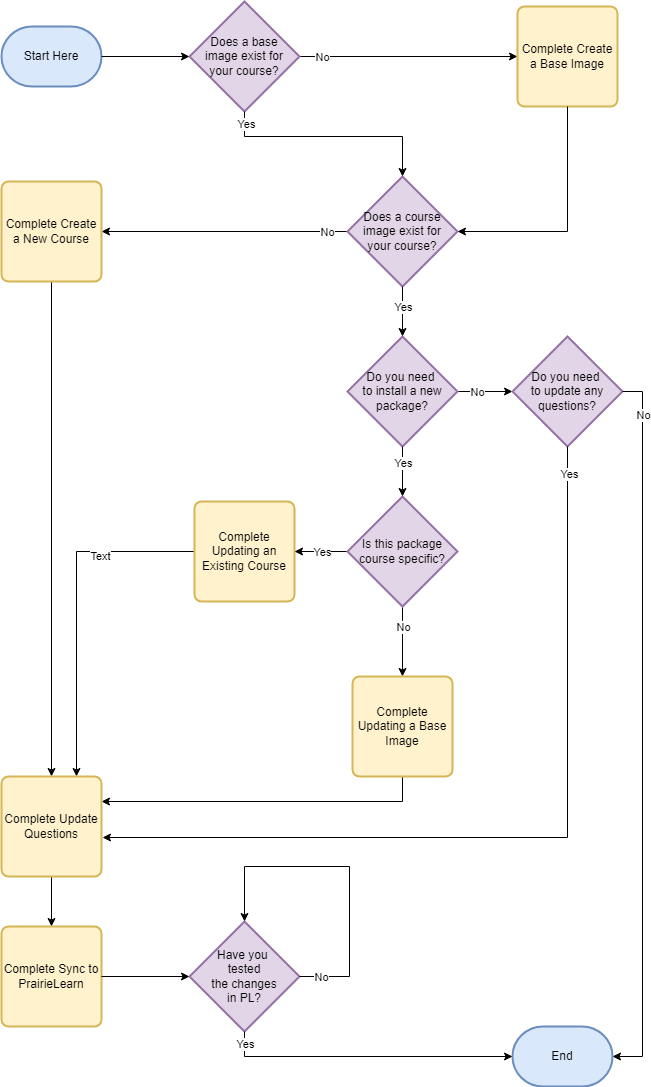
The draw.io diagram utilities/flowchart.png in joelostblom/prairielearn-dockers, before a commit. Source tidied: cells renumbered, new cells last; positions are measured from the earlier drawing's top-left corner, leaving out a move shared by most shapes. Source of this version:
```xml
<mxGraphModel>
  <root>
    <mxCell id="0" />
    <mxCell id="1" parent="0" />
    <mxCell id="2" value="Start Here" style="strokeWidth=2;html=1;shape=mxgraph.flowchart.terminator;whiteSpace=wrap;fillColor=#dae8fc;strokeColor=#6c8ebf;" parent="1" vertex="1">
      <mxGeometry y="25" width="100" height="60" as="geometry" />
    </mxCell>
    <mxCell id="3" style="edgeStyle=orthogonalEdgeStyle;rounded=0;jettySize=auto;html=1;exitX=1;exitY=0.5;exitDx=0;exitDy=0;exitPerimeter=0;entryX=0;entryY=0.5;entryDx=0;entryDy=0;" parent="1" edge="1" source="5" target="13">
      <mxGeometry relative="1" as="geometry" />
    </mxCell>
    <mxCell id="4" value="No" style="edgeLabel;html=1;align=center;verticalAlign=middle;" parent="3" vertex="1">
      <mxGeometry x="-0.8" relative="1" as="geometry" />
    </mxCell>
    <mxCell id="5" value="Does a base &lt;br&gt;image exist for &lt;br&gt;your course?" style="strokeWidth=2;html=1;shape=mxgraph.flowchart.decision;whiteSpace=wrap;fillColor=#e1d5e7;strokeColor=#9673a6;" parent="1" vertex="1">
      <mxGeometry x="188" width="110" height="110" as="geometry" />
    </mxCell>
    <mxCell id="6" style="edgeStyle=orthogonalEdgeStyle;rounded=0;jettySize=auto;html=1;exitX=1;exitY=0.5;exitDx=0;exitDy=0;exitPerimeter=0;entryX=0;entryY=0.5;entryDx=0;entryDy=0;entryPerimeter=0;" parent="1" edge="1" source="2" target="5">
      <mxGeometry relative="1" as="geometry" />
    </mxCell>
    <mxCell id="7" style="edgeStyle=orthogonalEdgeStyle;rounded=0;jettySize=auto;html=1;exitX=0;exitY=0.5;exitDx=0;exitDy=0;exitPerimeter=0;entryX=1;entryY=0.5;entryDx=0;entryDy=0;" parent="1" edge="1" source="9" target="17">
      <mxGeometry relative="1" as="geometry" />
    </mxCell>
    <mxCell id="8" value="No" style="edgeLabel;html=1;align=center;verticalAlign=middle;" parent="7" vertex="1">
      <mxGeometry x="-0.83" relative="1" as="geometry" />
    </mxCell>
    <mxCell id="9" value="Does a course&lt;br&gt;image exist for&lt;div&gt;your course?&lt;/div&gt;" style="strokeWidth=2;html=1;shape=mxgraph.flowchart.decision;whiteSpace=wrap;fillColor=#e1d5e7;strokeColor=#9673a6;" parent="1" vertex="1">
      <mxGeometry x="346" y="175" width="110" height="110" as="geometry" />
    </mxCell>
    <mxCell id="10" style="edgeStyle=orthogonalEdgeStyle;rounded=0;jettySize=auto;html=1;exitX=1;exitY=0.5;exitDx=0;exitDy=0;exitPerimeter=0;entryX=0;entryY=0.5;entryDx=0;entryDy=0;entryPerimeter=0;" parent="1" edge="1" source="12" target="18">
      <mxGeometry relative="1" as="geometry" />
    </mxCell>
    <mxCell id="11" value="No" style="edgeLabel;html=1;align=center;verticalAlign=middle;" parent="10" vertex="1">
      <mxGeometry x="-0.31" relative="1" as="geometry" />
    </mxCell>
    <mxCell id="12" value="Do you need&amp;nbsp;&lt;div&gt;to install a new&lt;br&gt;package?&lt;/div&gt;" style="strokeWidth=2;html=1;shape=mxgraph.flowchart.decision;whiteSpace=wrap;fillColor=#e1d5e7;strokeColor=#9673a6;" parent="1" vertex="1">
      <mxGeometry x="346" y="335" width="110" height="110" as="geometry" />
    </mxCell>
    <mxCell id="13" value="Complete Create a Base Image" style="rounded=1;whiteSpace=wrap;html=1;absoluteArcSize=1;arcSize=14;strokeWidth=2;fillColor=#fff2cc;strokeColor=#d6b656;" parent="1" vertex="1">
      <mxGeometry x="516" y="5" width="100" height="100" as="geometry" />
    </mxCell>
    <mxCell id="14" style="edgeStyle=orthogonalEdgeStyle;rounded=0;jettySize=auto;html=1;exitX=0.5;exitY=1;exitDx=0;exitDy=0;exitPerimeter=0;entryX=0.5;entryY=0;entryDx=0;entryDy=0;entryPerimeter=0;" parent="1" edge="1" source="9" target="12">
      <mxGeometry relative="1" as="geometry" />
    </mxCell>
    <mxCell id="15" value="Yes" style="edgeLabel;html=1;align=center;verticalAlign=middle;" parent="14" vertex="1">
      <mxGeometry x="-0.2" relative="1" as="geometry" />
    </mxCell>
    <mxCell id="16" style="edgeStyle=orthogonalEdgeStyle;rounded=0;jettySize=auto;html=1;entryX=0.5;entryY=0;entryDx=0;entryDy=0;exitX=0.5;exitY=1;exitDx=0;exitDy=0;" parent="1" edge="1" source="17" target="32">
      <mxGeometry relative="1" as="geometry" />
    </mxCell>
    <mxCell id="17" value="Complete Create a New Course" style="rounded=1;whiteSpace=wrap;html=1;absoluteArcSize=1;arcSize=14;strokeWidth=2;fillColor=#fff2cc;strokeColor=#d6b656;" parent="1" vertex="1">
      <mxGeometry y="180" width="100" height="100" as="geometry" />
    </mxCell>
    <mxCell id="18" value="Do you need&amp;nbsp;&lt;div&gt;to update any questions?&lt;/div&gt;" style="strokeWidth=2;html=1;shape=mxgraph.flowchart.decision;whiteSpace=wrap;fillColor=#e1d5e7;strokeColor=#9673a6;" parent="1" vertex="1">
      <mxGeometry x="511" y="335" width="110" height="110" as="geometry" />
    </mxCell>
    <mxCell id="19" style="edgeStyle=orthogonalEdgeStyle;rounded=0;jettySize=auto;html=1;entryX=0.75;entryY=0;entryDx=0;entryDy=0;exitX=0;exitY=0.5;exitDx=0;exitDy=0;" parent="1" edge="1" source="21" target="32">
      <mxGeometry relative="1" as="geometry" />
    </mxCell>
    <mxCell id="20" value="Text" style="edgeLabel;html=1;align=center;verticalAlign=middle;" parent="19" vertex="1">
      <mxGeometry x="-0.45" y="4" relative="1" as="geometry" />
    </mxCell>
    <mxCell id="21" value="Complete Updating an Existing Course" style="rounded=1;whiteSpace=wrap;html=1;absoluteArcSize=1;arcSize=14;strokeWidth=2;fillColor=#fff2cc;strokeColor=#d6b656;" parent="1" vertex="1">
      <mxGeometry x="193" y="500" width="100" height="100" as="geometry" />
    </mxCell>
    <mxCell id="22" style="edgeStyle=orthogonalEdgeStyle;rounded=0;jettySize=auto;html=1;exitX=0;exitY=0.5;exitDx=0;exitDy=0;exitPerimeter=0;" parent="1" edge="1" source="26" target="21">
      <mxGeometry relative="1" as="geometry" />
    </mxCell>
    <mxCell id="23" value="Yes" style="edgeLabel;html=1;align=center;verticalAlign=middle;" parent="22" vertex="1">
      <mxGeometry x="-0.18" y="1" relative="1" as="geometry">
        <mxPoint x="-4" y="-1" as="offset" />
      </mxGeometry>
    </mxCell>
    <mxCell id="24" style="edgeStyle=orthogonalEdgeStyle;rounded=0;jettySize=auto;html=1;exitX=0.5;exitY=1;exitDx=0;exitDy=0;exitPerimeter=0;" parent="1" edge="1" source="26" target="28">
      <mxGeometry relative="1" as="geometry" />
    </mxCell>
    <mxCell id="25" value="No" style="edgeLabel;html=1;align=center;verticalAlign=middle;" parent="24" vertex="1">
      <mxGeometry x="-0.43" relative="1" as="geometry" />
    </mxCell>
    <mxCell id="26" value="Is this package&lt;div&gt;course specific?&lt;/div&gt;" style="strokeWidth=2;html=1;shape=mxgraph.flowchart.decision;whiteSpace=wrap;fillColor=#e1d5e7;strokeColor=#9673a6;" parent="1" vertex="1">
      <mxGeometry x="346" y="495" width="110" height="110" as="geometry" />
    </mxCell>
    <mxCell id="27" style="edgeStyle=orthogonalEdgeStyle;rounded=0;jettySize=auto;html=1;exitX=0.5;exitY=1;exitDx=0;exitDy=0;entryX=1;entryY=0.25;entryDx=0;entryDy=0;" parent="1" edge="1" source="28" target="32">
      <mxGeometry relative="1" as="geometry" />
    </mxCell>
    <mxCell id="28" value="Complete Updating a Base Image" style="rounded=1;whiteSpace=wrap;html=1;absoluteArcSize=1;arcSize=14;strokeWidth=2;fillColor=#fff2cc;strokeColor=#d6b656;" parent="1" vertex="1">
      <mxGeometry x="351" y="675" width="100" height="100" as="geometry" />
    </mxCell>
    <mxCell id="29" style="edgeStyle=orthogonalEdgeStyle;rounded=0;jettySize=auto;html=1;exitX=0.5;exitY=1;exitDx=0;exitDy=0;exitPerimeter=0;entryX=0.5;entryY=0;entryDx=0;entryDy=0;entryPerimeter=0;" parent="1" edge="1" source="12" target="26">
      <mxGeometry relative="1" as="geometry" />
    </mxCell>
    <mxCell id="30" value="Yes" style="edgeLabel;html=1;align=center;verticalAlign=middle;" parent="29" vertex="1">
      <mxGeometry x="-0.36" relative="1" as="geometry" />
    </mxCell>
    <mxCell id="31" style="edgeStyle=orthogonalEdgeStyle;rounded=0;jettySize=auto;html=1;exitX=0.5;exitY=1;exitDx=0;exitDy=0;entryX=0.5;entryY=0;entryDx=0;entryDy=0;" parent="1" edge="1" source="32" target="33">
      <mxGeometry relative="1" as="geometry" />
    </mxCell>
    <mxCell id="32" value="Complete Update&lt;br&gt;Questions" style="rounded=1;whiteSpace=wrap;html=1;absoluteArcSize=1;arcSize=14;strokeWidth=2;fillColor=#fff2cc;strokeColor=#d6b656;" parent="1" vertex="1">
      <mxGeometry y="775" width="100" height="100" as="geometry" />
    </mxCell>
    <mxCell id="33" value="Complete Sync to PrairieLearn" style="rounded=1;whiteSpace=wrap;html=1;absoluteArcSize=1;arcSize=14;strokeWidth=2;fillColor=#fff2cc;strokeColor=#d6b656;" parent="1" vertex="1">
      <mxGeometry y="925" width="100" height="100" as="geometry" />
    </mxCell>
    <mxCell id="34" value="End" style="strokeWidth=2;html=1;shape=mxgraph.flowchart.terminator;whiteSpace=wrap;fillColor=#dae8fc;strokeColor=#6c8ebf;" parent="1" vertex="1">
      <mxGeometry x="511" y="1025" width="100" height="60" as="geometry" />
    </mxCell>
    <mxCell id="35" value="Have you&amp;nbsp;&lt;div&gt;tested&lt;br&gt;the changes&lt;br&gt;in PL?&lt;/div&gt;" style="strokeWidth=2;html=1;shape=mxgraph.flowchart.decision;whiteSpace=wrap;fillColor=#e1d5e7;strokeColor=#9673a6;" parent="1" vertex="1">
      <mxGeometry x="188" y="920" width="110" height="110" as="geometry" />
    </mxCell>
    <mxCell id="36" style="edgeStyle=orthogonalEdgeStyle;rounded=0;jettySize=auto;html=1;exitX=0.5;exitY=1;exitDx=0;exitDy=0;exitPerimeter=0;entryX=0.5;entryY=0;entryDx=0;entryDy=0;entryPerimeter=0;" parent="1" edge="1" source="5" target="9">
      <mxGeometry relative="1" as="geometry">
        <Array as="points">
          <mxPoint x="243" y="135" />
          <mxPoint x="401" y="135" />
        </Array>
      </mxGeometry>
    </mxCell>
    <mxCell id="37" value="Yes" style="edgeLabel;html=1;align=center;verticalAlign=middle;" parent="36" vertex="1">
      <mxGeometry x="-0.89" y="1" relative="1" as="geometry" />
    </mxCell>
    <mxCell id="38" style="edgeStyle=orthogonalEdgeStyle;rounded=0;jettySize=auto;html=1;exitX=0.5;exitY=1;exitDx=0;exitDy=0;entryX=1;entryY=0.5;entryDx=0;entryDy=0;entryPerimeter=0;" parent="1" edge="1" source="13" target="9">
      <mxGeometry relative="1" as="geometry">
        <Array as="points">
          <mxPoint x="566" y="230" />
        </Array>
      </mxGeometry>
    </mxCell>
    <mxCell id="39" style="edgeStyle=orthogonalEdgeStyle;rounded=0;jettySize=auto;html=1;exitX=1;exitY=0.5;exitDx=0;exitDy=0;exitPerimeter=0;entryX=1;entryY=0.5;entryDx=0;entryDy=0;entryPerimeter=0;" parent="1" edge="1" source="18" target="34">
      <mxGeometry relative="1" as="geometry" />
    </mxCell>
    <mxCell id="40" value="No" style="edgeLabel;html=1;align=center;verticalAlign=middle;" parent="39" vertex="1">
      <mxGeometry x="-0.88" relative="1" as="geometry" />
    </mxCell>
    <mxCell id="41" style="edgeStyle=orthogonalEdgeStyle;rounded=0;jettySize=auto;html=1;exitX=1;exitY=0.5;exitDx=0;exitDy=0;entryX=0;entryY=0.5;entryDx=0;entryDy=0;entryPerimeter=0;" parent="1" edge="1" source="33" target="35">
      <mxGeometry relative="1" as="geometry" />
    </mxCell>
    <mxCell id="42" style="edgeStyle=orthogonalEdgeStyle;rounded=0;jettySize=auto;html=1;exitX=0.5;exitY=1;exitDx=0;exitDy=0;exitPerimeter=0;entryX=0;entryY=0.5;entryDx=0;entryDy=0;entryPerimeter=0;" parent="1" edge="1" source="35" target="34">
      <mxGeometry relative="1" as="geometry" />
    </mxCell>
    <mxCell id="43" value="Yes" style="edgeLabel;html=1;align=center;verticalAlign=middle;" parent="42" vertex="1">
      <mxGeometry x="-0.92" relative="1" as="geometry" />
    </mxCell>
    <mxCell id="44" style="edgeStyle=orthogonalEdgeStyle;rounded=0;orthogonalLoop=1;jettySize=auto;html=1;exitX=1;exitY=0.5;exitDx=0;exitDy=0;exitPerimeter=0;entryX=0.5;entryY=0;entryDx=0;entryDy=0;entryPerimeter=0;" parent="1" edge="1" source="35" target="35">
      <mxGeometry relative="1" as="geometry">
        <Array as="points">
          <mxPoint x="348" y="975" />
          <mxPoint x="348" y="865" />
          <mxPoint x="243" y="865" />
        </Array>
      </mxGeometry>
    </mxCell>
    <mxCell id="45" value="No" style="edgeLabel;html=1;align=center;verticalAlign=middle;" parent="44" vertex="1">
      <mxGeometry x="-0.87" relative="1" as="geometry" />
    </mxCell>
    <mxCell id="46" style="edgeStyle=orthogonalEdgeStyle;rounded=0;jettySize=auto;html=1;exitX=0.5;exitY=1;exitDx=0;exitDy=0;exitPerimeter=0;entryX=1.01;entryY=0.61;entryDx=0;entryDy=0;entryPerimeter=0;" parent="1" edge="1" source="18" target="32">
      <mxGeometry relative="1" as="geometry" />
    </mxCell>
    <mxCell id="47" value="Yes" style="edgeLabel;html=1;align=center;verticalAlign=middle;" parent="46" vertex="1">
      <mxGeometry x="-0.94" y="1" relative="1" as="geometry" />
    </mxCell>
  </root>
</mxGraphModel>
```
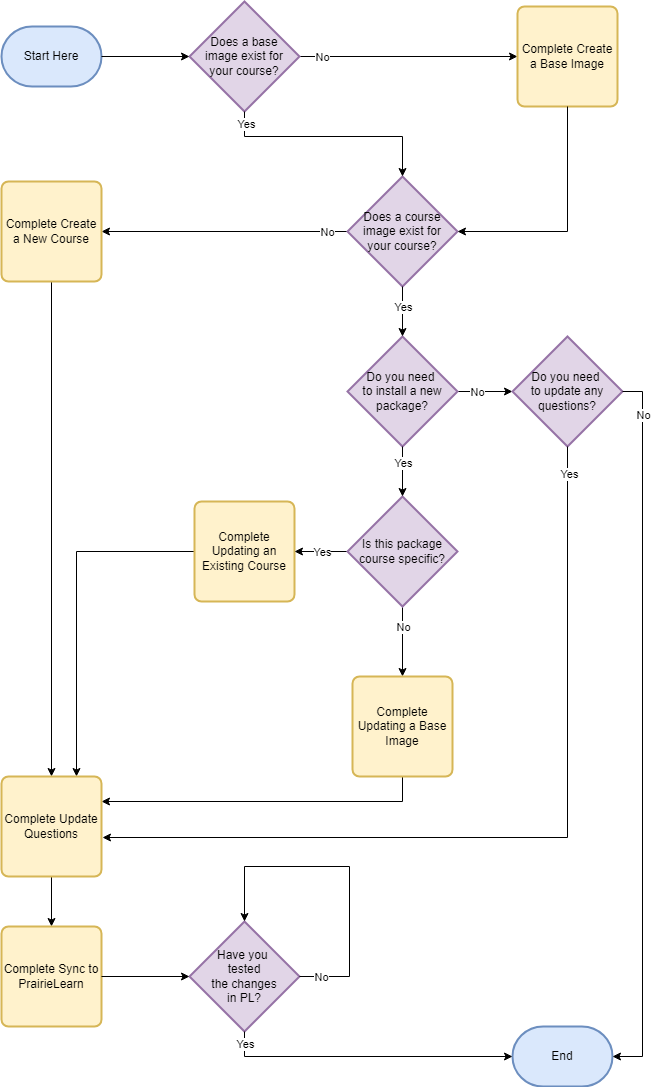
The same file after the commit.

What changed in the source:
```diff
@@ -56,9 +56,6 @@
     <mxCell id="19" style="edgeStyle=orthogonalEdgeStyle;rounded=0;jettySize=auto;html=1;entryX=0.75;entryY=0;entryDx=0;entryDy=0;exitX=0;exitY=0.5;exitDx=0;exitDy=0;" parent="1" edge="1" source="21" target="32">
       <mxGeometry relative="1" as="geometry" />
     </mxCell>
-    <mxCell id="20" value="Text" style="edgeLabel;html=1;align=center;verticalAlign=middle;" parent="19" vertex="1">
-      <mxGeometry x="-0.45" y="4" relative="1" as="geometry" />
-    </mxCell>
     <mxCell id="21" value="Complete Updating an Existing Course" style="rounded=1;whiteSpace=wrap;html=1;absoluteArcSize=1;arcSize=14;strokeWidth=2;fillColor=#fff2cc;strokeColor=#d6b656;" parent="1" vertex="1">
       <mxGeometry x="193" y="500" width="100" height="100" as="geometry" />
     </mxCell>
```
